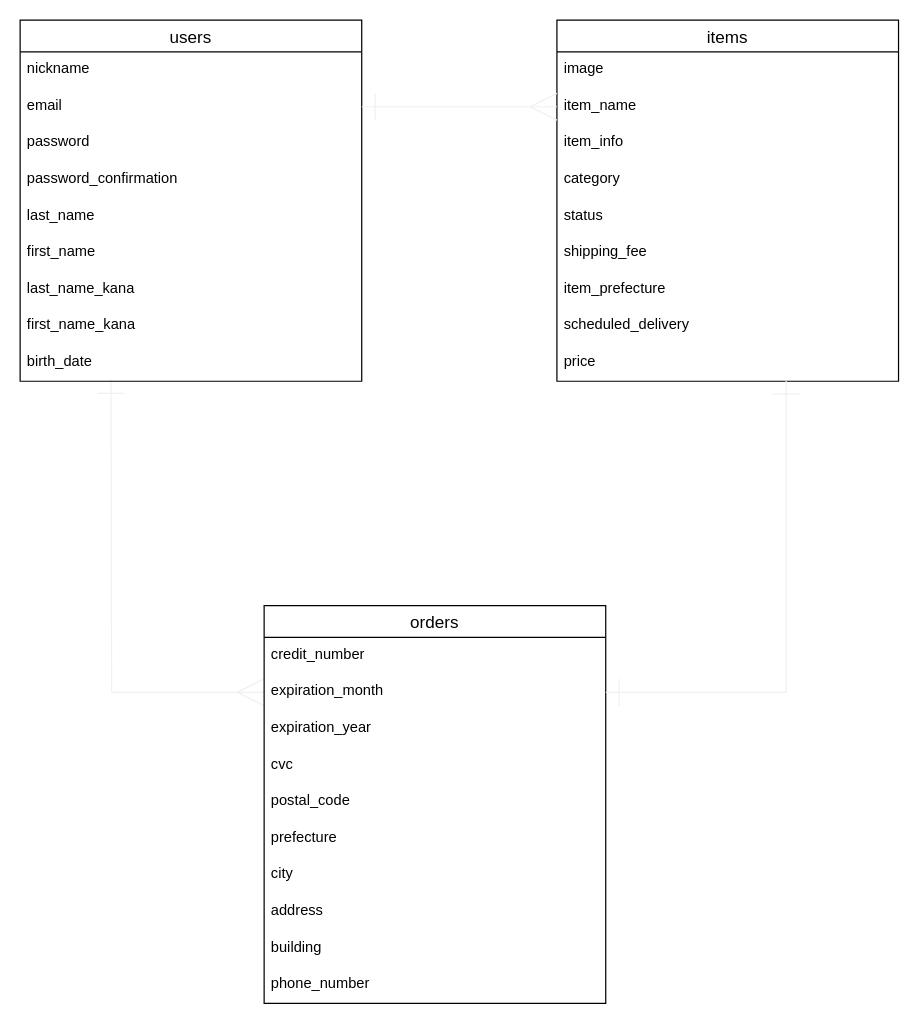
Above: er.dio in asmotk/furima-35045 (draw.io), before the change. Source tidied: cells renumbered, new cells numbered last; positions are measured from the earlier drawing's top-left corner, leaving out a move shared by most shapes. Both pictures are drawn from the tidied source at 122%, with x=0, y=0 at pixel (20, 20).
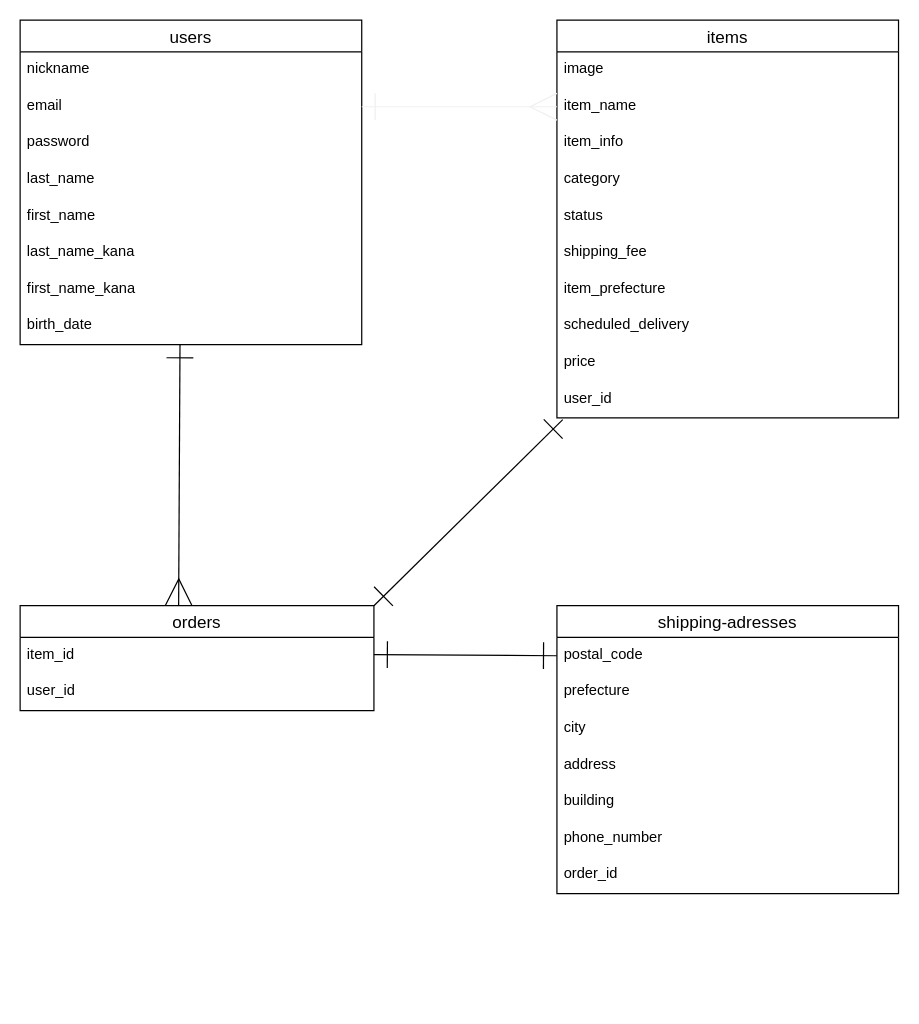
Above is the later version.

Commit message (it also covers changes not shown here):
ER図とREADMEの作成

Unchanged cells that the change refers to:
```xml
<mxCell id="22" value="price" style="text;strokeColor=none;fillColor=none;spacingLeft=4;spacingRight=4;overflow=hidden;points=[[0,0.5],[1,0.5]];portConstraint=eastwest;fontSize=12;" parent="13" vertex="1">
  <mxGeometry y="266" width="280" height="30" as="geometry" />
</mxCell>
```

What changed in the source:
```diff
@@
-    <mxCell id="2" style="edgeStyle=orthogonalEdgeStyle;rounded=0;jumpSize=6;jettySize=auto;html=1;entryX=0;entryY=0.5;entryDx=0;entryDy=0;startArrow=ERone;startFill=0;endArrow=ERmany;endFill=0;endSize=20;targetPerimeterSpacing=0;strokeColor=#f0f0f0;strokeWidth=1;exitX=0.266;exitY=0.967;exitDx=0;exitDy=0;exitPerimeter=0;startSize=20;" parent="1" edge="1" target="25">
-      <mxGeometry relative="1" as="geometry">
-        <mxPoint x="74.5" y="295" as="sourcePoint" />
-      </mxGeometry>
-    </mxCell>
     <mxCell id="3" value="users" style="swimlane;fontStyle=0;horizontal=1;startSize=26;align=center;fontSize=14;" parent="1" vertex="1">
-      <mxGeometry width="280" height="296" as="geometry" />
+      <mxGeometry width="280" height="266" as="geometry" />
     </mxCell>
@@
-    <mxCell id="7" value="password_confirmation" style="text;strokeColor=none;fillColor=none;spacingLeft=4;spacingRight=4;overflow=hidden;fontSize=12;" parent="3" vertex="1">
-      <mxGeometry y="116" width="280" height="30" as="geometry" />
-    </mxCell>
     <mxCell id="8" value="last_name" style="text;strokeColor=none;fillColor=none;spacingLeft=4;spacingRight=4;overflow=hidden;fontSize=12;" parent="3" vertex="1">
-      <mxGeometry y="146" width="280" height="30" as="geometry" />
+      <mxGeometry y="116" width="280" height="30" as="geometry" />
     </mxCell>
     <mxCell id="9" value="first_name" style="text;strokeColor=none;fillColor=none;spacingLeft=4;spacingRight=4;overflow=hidden;fontSize=12;" parent="3" vertex="1">
-      <mxGeometry y="176" width="280" height="30" as="geometry" />
+      <mxGeometry y="146" width="280" height="30" as="geometry" />
     </mxCell>
     <mxCell id="10" value="last_name_kana" style="text;strokeColor=none;fillColor=none;spacingLeft=4;spacingRight=4;overflow=hidden;fontSize=12;" parent="3" vertex="1">
-      <mxGeometry y="206" width="280" height="30" as="geometry" />
+      <mxGeometry y="176" width="280" height="30" as="geometry" />
     </mxCell>
     <mxCell id="11" value="first_name_kana" style="text;strokeColor=none;fillColor=none;spacingLeft=4;spacingRight=4;overflow=hidden;fontSize=12;" parent="3" vertex="1">
-      <mxGeometry y="236" width="280" height="30" as="geometry" />
+      <mxGeometry y="206" width="280" height="30" as="geometry" />
     </mxCell>
     <mxCell id="12" value="birth_date" style="text;strokeColor=none;fillColor=none;spacingLeft=4;spacingRight=4;overflow=hidden;points=[[0,0.5],[1,0.5]];portConstraint=eastwest;fontSize=12;" parent="3" vertex="1">
-      <mxGeometry y="266" width="280" height="30" as="geometry" />
+      <mxGeometry y="236" width="280" height="30" as="geometry" />
     </mxCell>
     <mxCell id="13" value="items" style="swimlane;fontStyle=0;horizontal=1;startSize=26;align=center;fontSize=14;" parent="1" vertex="1">
-      <mxGeometry x="440" width="280" height="296" as="geometry" />
+      <mxGeometry x="440" width="280" height="326" as="geometry" />
     </mxCell>
@@
+    <mxCell id="36" value="user_id" style="text;strokeColor=none;fillColor=none;spacingLeft=4;spacingRight=4;overflow=hidden;points=[[0,0.5],[1,0.5]];portConstraint=eastwest;fontSize=12;" parent="13" vertex="1">
+      <mxGeometry y="296" width="280" height="30" as="geometry" />
+    </mxCell>
-    <mxCell id="23" value="orders" style="swimlane;fontStyle=0;horizontal=1;startSize=26;align=center;fontSize=14;" parent="1" vertex="1">
-      <mxGeometry x="200" y="480" width="280" height="326" as="geometry" />
+    <mxCell id="23" value="shipping-adresses" style="swimlane;fontStyle=0;horizontal=1;startSize=26;align=center;fontSize=14;" parent="1" vertex="1">
+      <mxGeometry x="440" y="480" width="280" height="236" as="geometry" />
     </mxCell>
-    <mxCell id="24" value="credit_number" style="text;strokeColor=none;fillColor=none;spacingLeft=4;spacingRight=4;overflow=hidden;fontSize=12;" parent="23" vertex="1">
-      <mxGeometry y="26" width="280" height="30" as="geometry" />
-    </mxCell>
-    <mxCell id="25" value="expiration_month" style="text;strokeColor=none;fillColor=none;spacingLeft=4;spacingRight=4;overflow=hidden;points=[[0,0.5],[1,0.5]];portConstraint=eastwest;fontSize=12;" parent="23" vertex="1">
-      <mxGeometry y="56" width="280" height="30" as="geometry" />
-    </mxCell>
-    <mxCell id="26" value="expiration_year" style="text;strokeColor=none;fillColor=none;spacingLeft=4;spacingRight=4;overflow=hidden;points=[[0,0.5],[1,0.5]];portConstraint=eastwest;fontSize=12;" parent="23" vertex="1">
-      <mxGeometry y="86" width="280" height="30" as="geometry" />
-    </mxCell>
-    <mxCell id="27" value="cvc" style="text;strokeColor=none;fillColor=none;spacingLeft=4;spacingRight=4;overflow=hidden;fontSize=12;" parent="23" vertex="1">
-      <mxGeometry y="116" width="280" height="30" as="geometry" />
-    </mxCell>
     <mxCell id="28" value="postal_code" style="text;strokeColor=none;fillColor=none;spacingLeft=4;spacingRight=4;overflow=hidden;points=[[0,0.5],[1,0.5]];portConstraint=eastwest;fontSize=12;" parent="23" vertex="1">
-      <mxGeometry y="146" width="280" height="30" as="geometry" />
+      <mxGeometry y="26" width="280" height="30" as="geometry" />
     </mxCell>
     <mxCell id="29" value="prefecture" style="text;strokeColor=none;fillColor=none;spacingLeft=4;spacingRight=4;overflow=hidden;fontSize=12;" parent="23" vertex="1">
-      <mxGeometry y="176" width="280" height="30" as="geometry" />
+      <mxGeometry y="56" width="280" height="30" as="geometry" />
     </mxCell>
     <mxCell id="30" value="city" style="text;strokeColor=none;fillColor=none;spacingLeft=4;spacingRight=4;overflow=hidden;fontSize=12;" parent="23" vertex="1">
-      <mxGeometry y="206" width="280" height="30" as="geometry" />
+      <mxGeometry y="86" width="280" height="30" as="geometry" />
     </mxCell>
     <mxCell id="31" value="address" style="text;strokeColor=none;fillColor=none;spacingLeft=4;spacingRight=4;overflow=hidden;fontSize=12;" parent="23" vertex="1">
-      <mxGeometry y="236" width="280" height="30" as="geometry" />
+      <mxGeometry y="116" width="280" height="30" as="geometry" />
     </mxCell>
     <mxCell id="32" value="building" style="text;strokeColor=none;fillColor=none;spacingLeft=4;spacingRight=4;overflow=hidden;fontSize=12;" parent="23" vertex="1">
-      <mxGeometry y="266" width="280" height="30" as="geometry" />
+      <mxGeometry y="146" width="280" height="30" as="geometry" />
     </mxCell>
     <mxCell id="33" value="phone_number" style="text;strokeColor=none;fillColor=none;spacingLeft=4;spacingRight=4;overflow=hidden;fontSize=12;" parent="23" vertex="1">
-      <mxGeometry y="296" width="280" height="30" as="geometry" />
+      <mxGeometry y="176" width="280" height="30" as="geometry" />
     </mxCell>
+    <mxCell id="37" value="order_id" style="text;strokeColor=none;fillColor=none;spacingLeft=4;spacingRight=4;overflow=hidden;fontSize=12;" parent="23" vertex="1">
+      <mxGeometry y="206" width="280" height="30" as="geometry" />
+    </mxCell>
@@
-    <mxCell id="35" style="edgeStyle=orthogonalEdgeStyle;rounded=0;jumpSize=6;jettySize=auto;html=1;entryX=1;entryY=0.5;entryDx=0;entryDy=0;startArrow=ERone;startFill=0;endArrow=ERone;endFill=0;endSize=20;targetPerimeterSpacing=0;strokeColor=#f0f0f0;strokeWidth=1;exitX=0.671;exitY=0.98;exitDx=0;exitDy=0;exitPerimeter=0;startSize=20;" parent="1" edge="1" source="22" target="25">
-      <mxGeometry relative="1" as="geometry" />
-    </mxCell>
+    <mxCell id="26" value="orders" style="swimlane;fontStyle=0;horizontal=1;startSize=26;align=center;fontSize=14;" parent="1" vertex="1">
+      <mxGeometry y="480" width="290" height="86" as="geometry" />
+    </mxCell>
+    <mxCell id="38" value="item_id" style="text;strokeColor=none;fillColor=none;spacingLeft=4;spacingRight=4;overflow=hidden;fontSize=12;" parent="26" vertex="1">
+      <mxGeometry y="26" width="290" height="30" as="geometry" />
+    </mxCell>
+    <mxCell id="39" value="user_id" style="text;strokeColor=none;fillColor=none;spacingLeft=4;spacingRight=4;overflow=hidden;fontSize=12;" parent="26" vertex="1">
+      <mxGeometry y="56" width="290" height="30" as="geometry" />
+    </mxCell>
+    <mxCell id="40" style="endArrow=ERone;html=1;rounded=0;entryX=0;entryY=0.5;entryDx=0;entryDy=0;startArrow=ERone;startFill=0;endFill=0;endSize=20;startSize=20;" parent="1" edge="1" target="28">
+      <mxGeometry relative="1" as="geometry">
+        <mxPoint x="290" y="520" as="sourcePoint" />
+      </mxGeometry>
+    </mxCell>
+    <mxCell id="41" style="endArrow=ERmany;html=1;rounded=0;entryX=0.448;entryY=0;entryDx=0;entryDy=0;entryPerimeter=0;startArrow=ERone;startFill=0;endFill=0;endSize=20;startSize=20;exitX=0.468;exitY=0.993;exitDx=0;exitDy=0;exitPerimeter=0;" parent="1" edge="1" source="12" target="26">
+      <mxGeometry relative="1" as="geometry" />
+    </mxCell>
+    <mxCell id="42" style="endArrow=ERone;html=1;rounded=0;startArrow=ERone;startFill=0;endFill=0;endSize=20;startSize=20;exitX=1;exitY=0;exitDx=0;exitDy=0;entryX=0.017;entryY=1.047;entryDx=0;entryDy=0;entryPerimeter=0;" parent="1" edge="1" source="26" target="36">
+      <mxGeometry relative="1" as="geometry" />
+    </mxCell>
```
